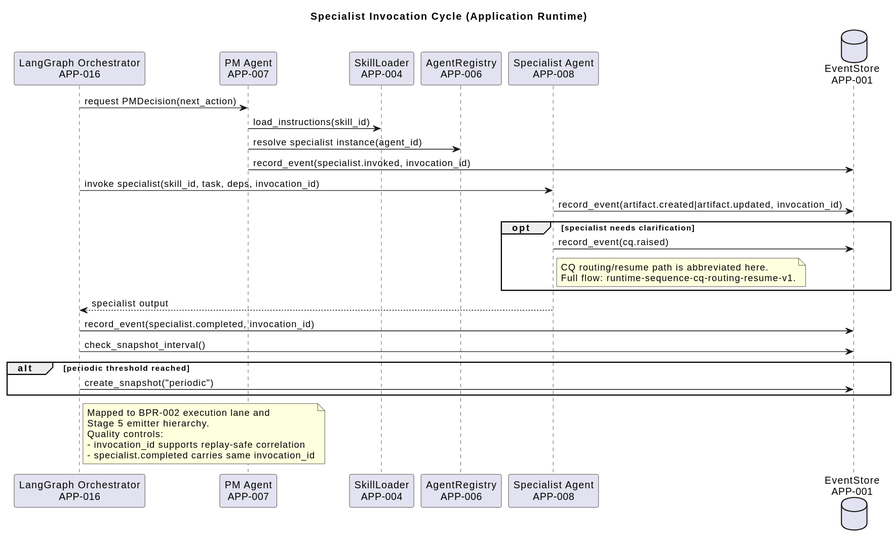
Earlier version of the PlantUML export engagements/ENG-001/work-repositories/architecture-repository/diagram-catalog/rendered/runtime-sequence-specialist-invocation-cycle-v1.svg (mbauer83/sdlc-multi-agent-system).
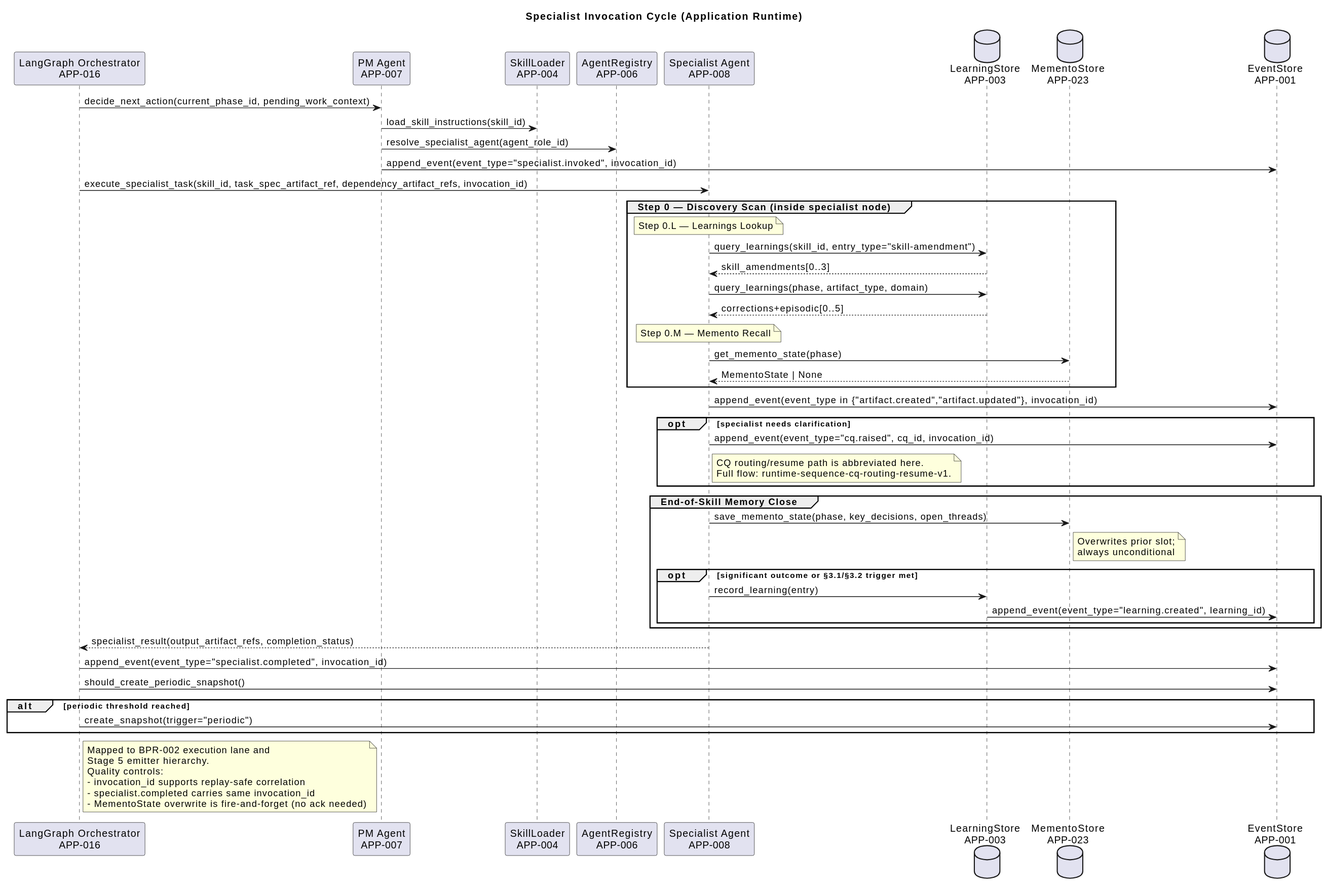
Later version of the same file.

The edit, as a diff of the source:
```diff
@@ -6,27 +6,55 @@
 participant "SkillLoader\nAPP-004" as APP_004
 participant "AgentRegistry\nAPP-006" as APP_006
 participant "Specialist Agent\nAPP-008" as APP_008
+database "LearningStore\nAPP-003" as APP_003
+database "MementoStore\nAPP-023" as APP_023
 database "EventStore\nAPP-001" as APP_001
 
-APP_016 -> APP_007: request PMDecision(next_action)
-APP_007 -> APP_004: load_instructions(skill_id)
-APP_007 -> APP_006: resolve specialist instance(agent_id)
-APP_007 -> APP_001: record_event(specialist.invoked, invocation_id)
-APP_016 -> APP_008: invoke specialist(skill_id, task, deps, invocation_id)
+APP_016 -> APP_007: decide_next_action(current_phase_id, pending_work_context)
+APP_007 -> APP_004: load_skill_instructions(skill_id)
+APP_007 -> APP_006: resolve_specialist_agent(agent_role_id)
+APP_007 -> APP_001: append_event(event_type="specialist.invoked", invocation_id)
+APP_016 -> APP_008: execute_specialist_task(skill_id, task_spec_artifact_ref, dependency_artifact_refs, invocation_id)
 
-APP_008 -> APP_001: record_event(artifact.created|artifact.updated, invocation_id)
+group Step 0 — Discovery Scan (inside specialist node)
+  note over APP_008
+  Step 0.L — Learnings Lookup
+  end note
+  APP_008 -> APP_003: query_learnings(skill_id, entry_type="skill-amendment")
+  APP_003 --> APP_008: skill_amendments[0..3]
+  APP_008 -> APP_003: query_learnings(phase, artifact_type, domain)
+  APP_003 --> APP_008: corrections+episodic[0..5]
+
+  note over APP_008
+  Step 0.M — Memento Recall
+  end note
+  APP_008 -> APP_023: get_memento_state(phase)
+  APP_023 --> APP_008: MementoState | None
+end
+
+APP_008 -> APP_001: append_event(event_type in {"artifact.created","artifact.updated"}, invocation_id)
 opt specialist needs clarification
-  APP_008 -> APP_001: record_event(cq.raised)
+  APP_008 -> APP_001: append_event(event_type="cq.raised", cq_id, invocation_id)
   note right of APP_008
   CQ routing/resume path is abbreviated here.
   Full flow: runtime-sequence-cq-routing-resume-v1.
   end note
 end
-APP_008 --> APP_016: specialist output
-APP_016 -> APP_001: record_event(specialist.completed, invocation_id)
-APP_016 -> APP_001: check_snapshot_interval()
+
+group End-of-Skill Memory Close
+  APP_008 -> APP_023: save_memento_state(phase, key_decisions, open_threads)
+  note right of APP_023: Overwrites prior slot;\nalways unconditional
+  opt significant outcome or §3.1/§3.2 trigger met
+    APP_008 -> APP_003: record_learning(entry)
+    APP_003 -> APP_001: append_event(event_type="learning.created", learning_id)
+  end
+end
+
+APP_008 --> APP_016: specialist_result(output_artifact_refs, completion_status)
+APP_016 -> APP_001: append_event(event_type="specialist.completed", invocation_id)
+APP_016 -> APP_001: should_create_periodic_snapshot()
 alt periodic threshold reached
-  APP_016 -> APP_001: create_snapshot("periodic")
+  APP_016 -> APP_001: create_snapshot(trigger="periodic")
 end
 
 note right of APP_016
@@ -35,5 +63,6 @@
 Quality controls:
 - invocation_id supports replay-safe correlation
 - specialist.completed carries same invocation_id
+- MementoState overwrite is fire-and-forget (no ack needed)
 end note
 @enduml
```
